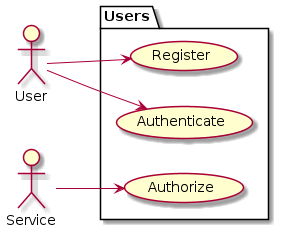
Above: example.png in chayward1/users (PlantUML), before the change.
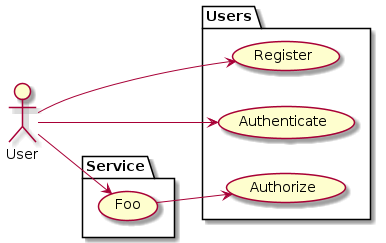
After the commit.

Commit message:
Improve example

The edit, as a diff of the source:
```diff
@@ -1,7 +1,6 @@
 @startuml
 left to right direction
 actor User
-actor Service
 
 package Users {
   usecase Register
@@ -9,7 +8,13 @@
   usecase Authorize
 }
 
+Package Service {
+  usecase Foo
+}
+
 User --> Register
 User --> Authenticate
-Service --> Authorize
+
+User --> Foo
+Foo --> Authorize
 @enduml
```
